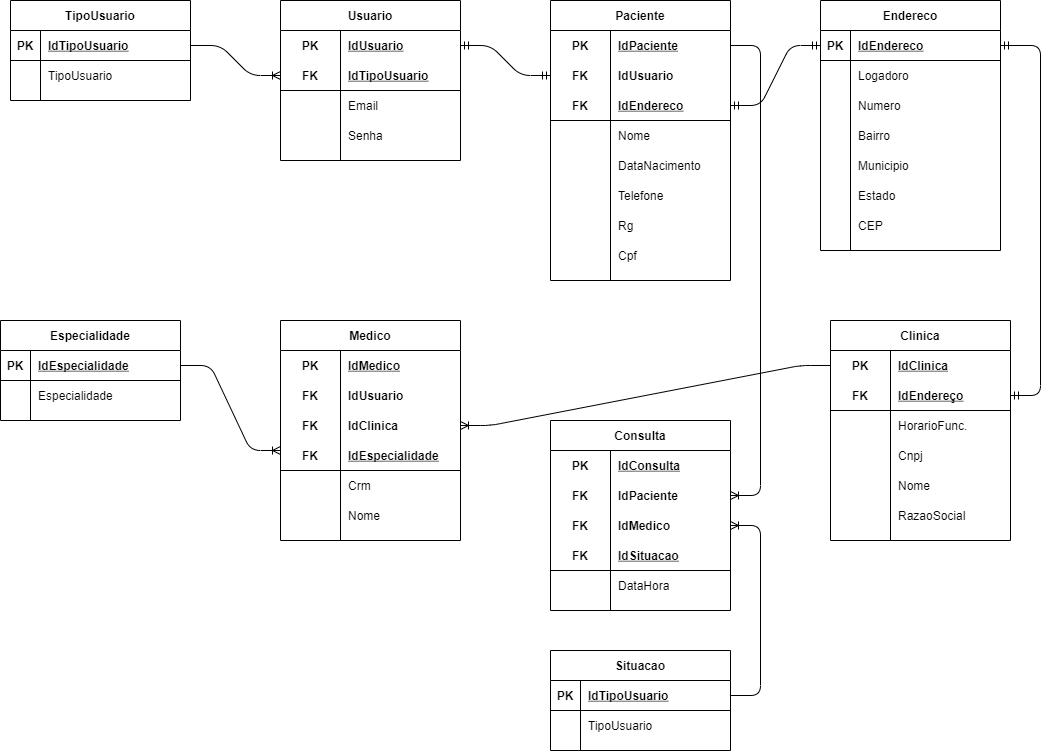
Above: Modelagens/Modelagens_SpMedGroup-Lógico.png in livianegrini/SpMedGroup (draw.io), before the change. Source tidied: cells renumbered, new cells last; positions are measured from the earlier drawing's top-left corner, leaving out a move shared by most shapes.
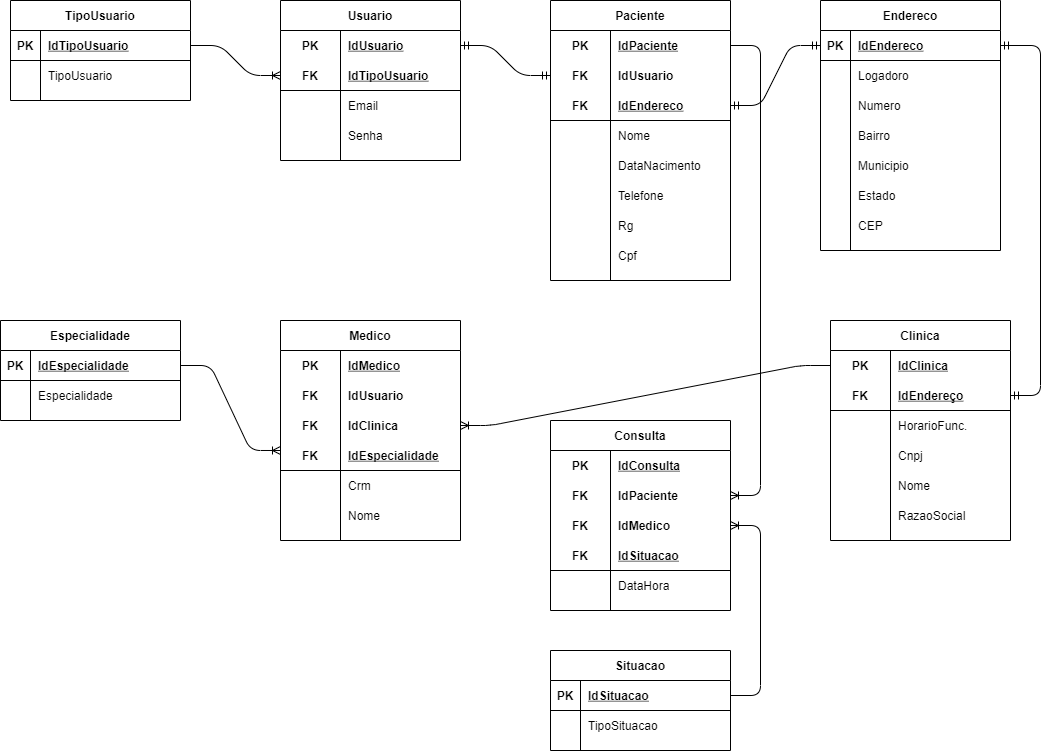
After the change.

Commit message:
Modelagens Finalizadas

What changed in the source:
```diff
@@ -395,7 +395,7 @@
     <mxCell id="132" value="PK" style="shape=partialRectangle;fillColor=none;top=0;left=0;bottom=0;right=0;fontStyle=1;overflow=hidden;" parent="131" vertex="1">
       <mxGeometry width="30" height="30" as="geometry" />
     </mxCell>
-    <mxCell id="133" value="IdTipoUsuario" style="shape=partialRectangle;fillColor=none;top=0;left=0;bottom=0;right=0;align=left;spacingLeft=6;fontStyle=5;overflow=hidden;" parent="131" vertex="1">
+    <mxCell id="133" value="IdSituacao" style="shape=partialRectangle;fillColor=none;top=0;left=0;bottom=0;right=0;align=left;spacingLeft=6;fontStyle=5;overflow=hidden;" parent="131" vertex="1">
       <mxGeometry x="30" width="150" height="30" as="geometry" />
     </mxCell>
     <mxCell id="134" style="shape=partialRectangle;fillColor=none;top=0;left=0;bottom=0;right=0;" parent="130" vertex="1">
@@ -404,7 +404,7 @@
     <mxCell id="135" style="shape=partialRectangle;fillColor=none;top=0;left=0;bottom=0;right=0;overflow=hidden;" parent="134" vertex="1">
       <mxGeometry width="30" height="30" as="geometry" />
     </mxCell>
-    <mxCell id="136" value="TipoUsuario" style="shape=partialRectangle;fillColor=none;top=0;left=0;bottom=0;right=0;align=left;spacingLeft=6;overflow=hidden;" parent="134" vertex="1">
+    <mxCell id="136" value="TipoSituacao" style="shape=partialRectangle;fillColor=none;top=0;left=0;bottom=0;right=0;align=left;spacingLeft=6;overflow=hidden;" parent="134" vertex="1">
       <mxGeometry x="30" width="150" height="30" as="geometry" />
     </mxCell>
     <mxCell id="137" style="edgeStyle=entityRelationEdgeStyle;fontSize=12;html=1;endArrow=ERoneToMany;" parent="1" edge="1" source="3" target="13">
```
